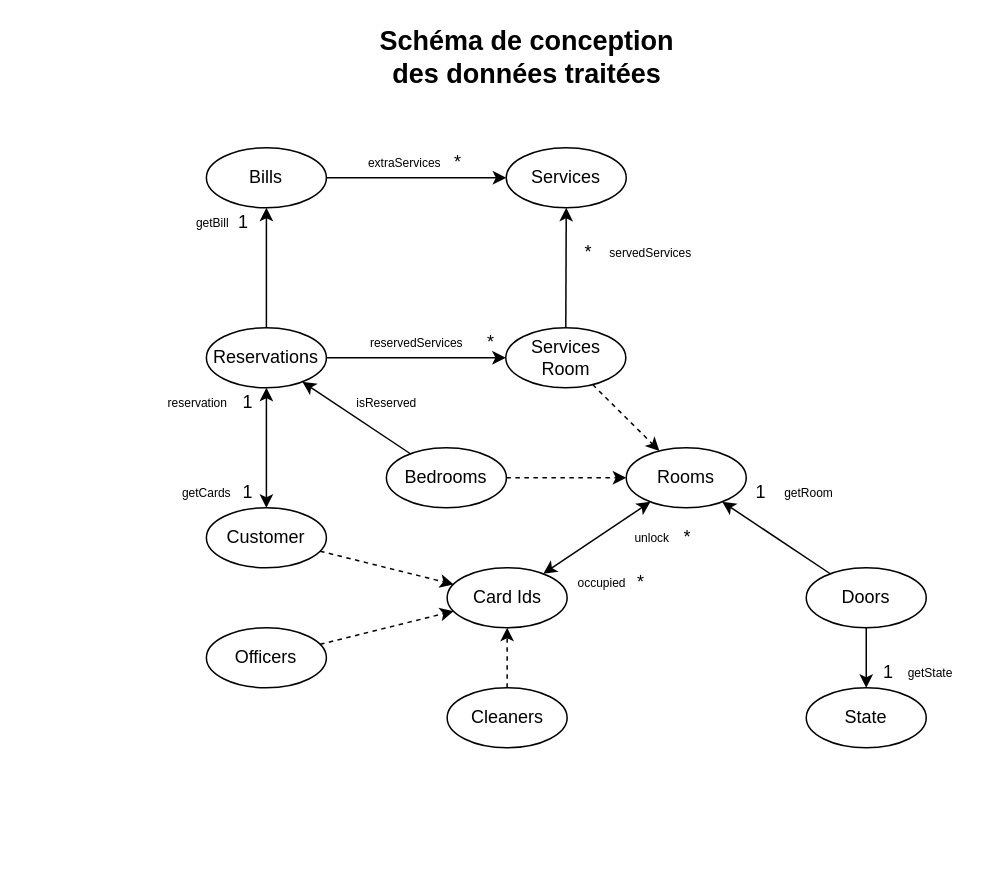
The draw.io diagram doc/conception/data.drawio in Reynault/MOSOS-Subject-3, before the edit. Source tidied: cells renumbered, new cells numbered last; positions are measured from the earlier drawing's top-left corner, leaving out a move shared by most shapes. Both pictures are drawn from the tidied source at 150%, with x=0, y=0 at pixel (152, 42).
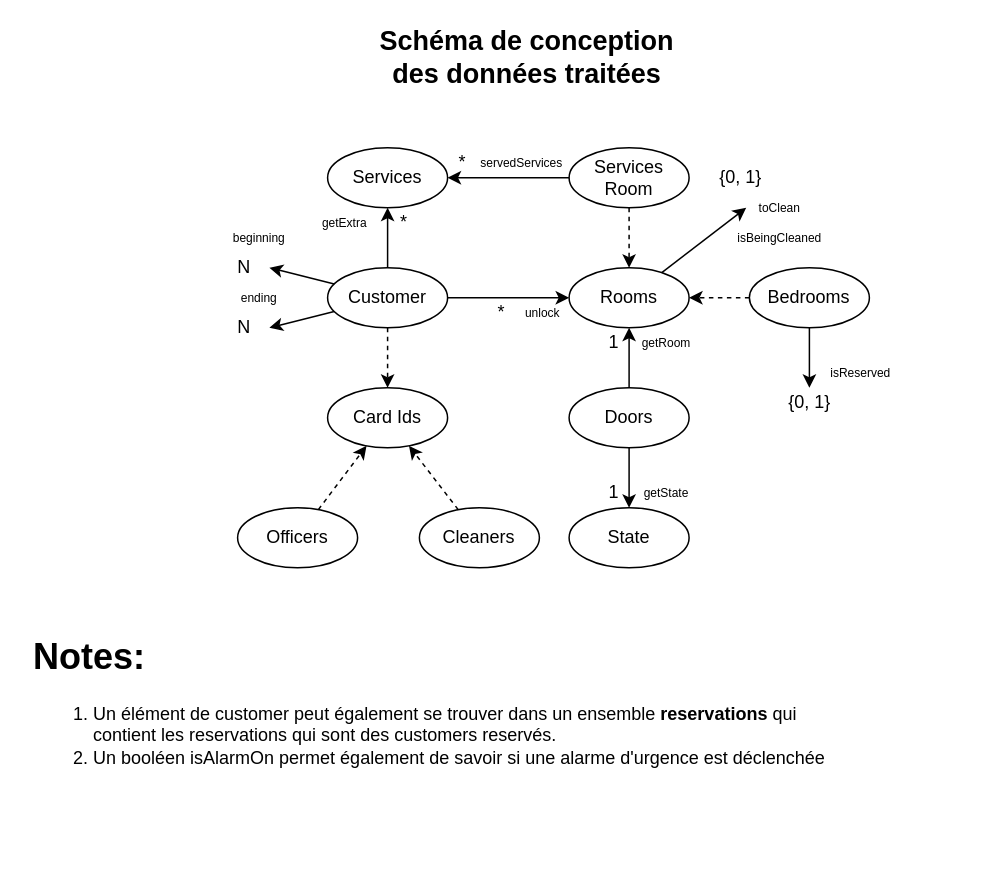
Above is the later version.

The edit, as a diff of the source:
```diff
@@
     <mxCell id="3" value="&lt;span style=&quot;text-align: left&quot;&gt;Services Room&lt;/span&gt;" style="ellipse;whiteSpace=wrap;html=1;" parent="1" vertex="1">
-      <mxGeometry x="235.7" y="190" width="80" height="40" as="geometry" />
+      <mxGeometry x="277.9" y="70" width="80" height="40" as="geometry" />
     </mxCell>
     <mxCell id="4" value="Customer" style="ellipse;whiteSpace=wrap;html=1;" parent="1" vertex="1">
-      <mxGeometry x="36.1" y="310" width="80" height="40" as="geometry" />
+      <mxGeometry x="116.9" y="150" width="80" height="40" as="geometry" />
     </mxCell>
     <mxCell id="5" value="Officers" style="ellipse;whiteSpace=wrap;html=1;" parent="1" vertex="1">
-      <mxGeometry x="36.1" y="390" width="80" height="40" as="geometry" />
+      <mxGeometry x="56.9" y="310" width="80" height="40" as="geometry" />
     </mxCell>
     <mxCell id="6" value="Cleaners" style="ellipse;whiteSpace=wrap;html=1;" parent="1" vertex="1">
-      <mxGeometry x="196.6" y="430" width="80" height="40" as="geometry" />
+      <mxGeometry x="178.1" y="310" width="80" height="40" as="geometry" />
     </mxCell>
     <mxCell id="7" value="Card Ids" style="ellipse;whiteSpace=wrap;html=1;" parent="1" vertex="1">
-      <mxGeometry x="196.6" y="350" width="80" height="40" as="geometry" />
+      <mxGeometry x="116.9" y="230" width="80" height="40" as="geometry" />
     </mxCell>
     <mxCell id="8" value="&lt;span style=&quot;text-align: left&quot;&gt;Bedrooms&lt;/span&gt;" style="ellipse;whiteSpace=wrap;html=1;" parent="1" vertex="1">
-      <mxGeometry x="156.1" y="270" width="80" height="40" as="geometry" />
+      <mxGeometry x="398.1" y="150" width="80" height="40" as="geometry" />
     </mxCell>
     <mxCell id="9" value="&lt;span style=&quot;text-align: left&quot;&gt;Rooms&lt;/span&gt;" style="ellipse;whiteSpace=wrap;html=1;" parent="1" vertex="1">
-      <mxGeometry x="316" y="270" width="80" height="40" as="geometry" />
+      <mxGeometry x="277.9" y="150" width="80" height="40" as="geometry" />
     </mxCell>
@@
-    <mxCell id="15" value="Reservations" style="ellipse;whiteSpace=wrap;html=1;" parent="1" vertex="1">
-      <mxGeometry x="36.1" y="190" width="80" height="40" as="geometry" />
-    </mxCell>
-    <mxCell id="16" value="Bills" style="ellipse;whiteSpace=wrap;html=1;" parent="1" vertex="1">
-      <mxGeometry x="36.1" y="70" width="80" height="40" as="geometry" />
-    </mxCell>
-    <mxCell id="17" style="endArrow=classic;html=1;" parent="1" edge="1" source="15" target="16">
-      <mxGeometry relative="1" as="geometry" />
-    </mxCell>
-    <mxCell id="18" value="1" style="text;html=1;strokeColor=none;fillColor=none;align=center;verticalAlign=middle;whiteSpace=wrap;rounded=0;" parent="1" vertex="1">
-      <mxGeometry x="51" y="110" width="20" height="20" as="geometry" />
-    </mxCell>
-    <mxCell id="19" value="getBill" style="text;html=1;align=center;verticalAlign=middle;fontSize=8;" parent="1" vertex="1">
-      <mxGeometry x="20.1" y="110" width="40" height="20" as="geometry" />
-    </mxCell>
     <mxCell id="20" value="&lt;span style=&quot;text-align: left&quot;&gt;Services&lt;/span&gt;" style="ellipse;whiteSpace=wrap;html=1;" parent="1" vertex="1">
-      <mxGeometry x="236" y="70" width="80" height="40" as="geometry" />
+      <mxGeometry x="116.9" y="70" width="80" height="40" as="geometry" />
     </mxCell>
-    <mxCell id="21" value="*" style="text;html=1;strokeColor=none;fillColor=none;align=center;verticalAlign=middle;whiteSpace=wrap;rounded=0;" parent="1" vertex="1">
-      <mxGeometry x="281.1" y="130" width="20" height="20" as="geometry" />
-    </mxCell>
-    <mxCell id="22" style="rounded=0;jettySize=auto;html=1;exitX=1;exitY=0.5;exitDx=0;exitDy=0;" parent="1" edge="1" source="16" target="20">
-      <mxGeometry relative="1" as="geometry" />
-    </mxCell>
-    <mxCell id="23" value="*" style="text;html=1;strokeColor=none;fillColor=none;align=center;verticalAlign=middle;whiteSpace=wrap;rounded=0;" parent="1" vertex="1">
-      <mxGeometry x="194.1" y="70" width="20" height="20" as="geometry" />
-    </mxCell>
-    <mxCell id="24" value="extraServices" style="text;html=1;align=center;verticalAlign=middle;fontSize=8;" parent="1" vertex="1">
-      <mxGeometry x="138.1" y="70" width="60" height="20" as="geometry" />
-    </mxCell>
+    <mxCell id="51" value="*" style="text;html=1;strokeColor=none;fillColor=none;align=center;verticalAlign=middle;whiteSpace=wrap;rounded=0;" parent="1" vertex="1">
+      <mxGeometry x="196.9" y="70" width="20" height="20" as="geometry" />
+    </mxCell>
     <mxCell id="25" value="servedServices" style="text;html=1;align=center;verticalAlign=middle;fontSize=8;" parent="1" vertex="1">
-      <mxGeometry x="297.1" y="130" width="70" height="20" as="geometry" />
+      <mxGeometry x="210.9" y="70" width="70" height="20" as="geometry" />
     </mxCell>
@@
-    <mxCell id="27" style="endArrow=classic;html=1;startArrow=classic;startFill=1;" parent="1" edge="1" source="15" target="4">
-      <mxGeometry relative="1" as="geometry" />
-    </mxCell>
-    <mxCell id="28" value="1" style="text;html=1;strokeColor=none;fillColor=none;align=center;verticalAlign=middle;whiteSpace=wrap;rounded=0;" parent="1" vertex="1">
-      <mxGeometry x="54.1" y="290" width="20" height="20" as="geometry" />
-    </mxCell>
-    <mxCell id="29" value="1" style="text;html=1;strokeColor=none;fillColor=none;align=center;verticalAlign=middle;whiteSpace=wrap;rounded=0;" parent="1" vertex="1">
-      <mxGeometry x="54.1" y="230" width="20" height="20" as="geometry" />
-    </mxCell>
-    <mxCell id="30" value="reservation" style="text;html=1;align=center;verticalAlign=middle;fontSize=8;" parent="1" vertex="1">
-      <mxGeometry x="0.1" y="230" width="60" height="20" as="geometry" />
-    </mxCell>
-    <mxCell id="31" value="getCards" style="text;html=1;align=center;verticalAlign=middle;fontSize=8;" parent="1" vertex="1">
-      <mxGeometry x="11" y="290" width="50" height="20" as="geometry" />
-    </mxCell>
-    <mxCell id="32" style="endArrow=classic;html=1;startArrow=classic;startFill=1;" parent="1" edge="1" source="7" target="9">
-      <mxGeometry relative="1" as="geometry" />
-    </mxCell>
     <mxCell id="33" value="unlock" style="text;html=1;strokeColor=none;fillColor=none;align=center;verticalAlign=middle;whiteSpace=wrap;rounded=0;fontSize=8;" parent="1" vertex="1">
-      <mxGeometry x="315.7" y="320" width="34.9" height="20" as="geometry" />
+      <mxGeometry x="243" y="170" width="34.9" height="20" as="geometry" />
     </mxCell>
-    <mxCell id="34" value="occupied" style="text;html=1;strokeColor=none;fillColor=none;align=center;verticalAlign=middle;whiteSpace=wrap;rounded=0;fontSize=8;" parent="1" vertex="1">
-      <mxGeometry x="282" y="350" width="35.9" height="20" as="geometry" />
-    </mxCell>
-    <mxCell id="35" value="*" style="text;html=1;strokeColor=none;fillColor=none;align=center;verticalAlign=middle;whiteSpace=wrap;rounded=0;" parent="1" vertex="1">
-      <mxGeometry x="316" y="350" width="20" height="20" as="geometry" />
-    </mxCell>
     <mxCell id="36" value="getState" style="text;html=1;strokeColor=none;fillColor=none;align=center;verticalAlign=middle;whiteSpace=wrap;rounded=0;fontSize=8;" parent="1" vertex="1">
-      <mxGeometry x="494.1" y="410" width="50" height="20" as="geometry" />
+      <mxGeometry x="318" y="290" width="50" height="20" as="geometry" />
     </mxCell>
@@
     <mxCell id="38" value="&lt;span style=&quot;text-align: left&quot;&gt;State&lt;/span&gt;" style="ellipse;whiteSpace=wrap;html=1;" parent="1" vertex="1">
-      <mxGeometry x="436" y="430" width="80" height="40" as="geometry" />
+      <mxGeometry x="277.9" y="310" width="80" height="40" as="geometry" />
     </mxCell>
-    <mxCell id="39" value="1" style="text;html=1;strokeColor=none;fillColor=none;align=center;verticalAlign=middle;whiteSpace=wrap;rounded=0;" parent="1" vertex="1">
-      <mxGeometry x="481.1" y="410" width="20" height="20" as="geometry" />
-    </mxCell>
+    <mxCell id="52" value="1" style="text;html=1;strokeColor=none;fillColor=none;align=center;verticalAlign=middle;whiteSpace=wrap;rounded=0;" parent="1" vertex="1">
+      <mxGeometry x="297.5" y="290" width="20" height="20" as="geometry" />
+    </mxCell>
     <mxCell id="40" value="&lt;span style=&quot;text-align: left&quot;&gt;Doors&lt;/span&gt;" style="ellipse;whiteSpace=wrap;html=1;" parent="1" vertex="1">
-      <mxGeometry x="436" y="350" width="80" height="40" as="geometry" />
+      <mxGeometry x="277.9" y="230" width="80" height="40" as="geometry" />
     </mxCell>
@@
-    <mxCell id="42" value="1" style="text;html=1;strokeColor=none;fillColor=none;align=center;verticalAlign=middle;whiteSpace=wrap;rounded=0;" parent="1" vertex="1">
-      <mxGeometry x="396" y="290" width="20" height="20" as="geometry" />
-    </mxCell>
+    <mxCell id="53" value="1" style="text;html=1;strokeColor=none;fillColor=none;align=center;verticalAlign=middle;whiteSpace=wrap;rounded=0;" parent="1" vertex="1">
+      <mxGeometry x="297.5" y="190" width="20" height="20" as="geometry" />
+    </mxCell>
     <mxCell id="43" value="getRoom" style="text;html=1;strokeColor=none;fillColor=none;align=center;verticalAlign=middle;whiteSpace=wrap;rounded=0;fontSize=8;" parent="1" vertex="1">
-      <mxGeometry x="412.6" y="290" width="49.9" height="20" as="geometry" />
+      <mxGeometry x="317.5" y="190" width="49.9" height="20" as="geometry" />
     </mxCell>
-    <mxCell id="44" value="*" style="text;html=1;strokeColor=none;fillColor=none;align=center;verticalAlign=middle;whiteSpace=wrap;rounded=0;" parent="1" vertex="1">
-      <mxGeometry x="347.1" y="320" width="20" height="20" as="geometry" />
-    </mxCell>
-    <mxCell id="45" style="rounded=0;jettySize=auto;html=1;" parent="1" edge="1" source="15" target="3">
-      <mxGeometry relative="1" as="geometry" />
-    </mxCell>
-    <mxCell id="46" value="reservedServices" style="text;html=1;align=center;verticalAlign=middle;fontSize=8;" parent="1" vertex="1">
-      <mxGeometry x="136.1" y="190" width="80" height="20" as="geometry" />
-    </mxCell>
-    <mxCell id="47" value="*" style="text;html=1;strokeColor=none;fillColor=none;align=center;verticalAlign=middle;whiteSpace=wrap;rounded=0;" parent="1" vertex="1">
-      <mxGeometry x="215.7" y="190" width="20" height="20" as="geometry" />
-    </mxCell>
+    <mxCell id="54" value="*" style="text;html=1;strokeColor=none;fillColor=none;align=center;verticalAlign=middle;whiteSpace=wrap;rounded=0;" parent="1" vertex="1">
+      <mxGeometry x="223" y="170" width="20" height="20" as="geometry" />
+    </mxCell>
@@
     <mxCell id="49" value="isReserved" style="text;html=1;align=center;verticalAlign=middle;fontSize=8;" parent="1" vertex="1">
-      <mxGeometry x="126" y="230" width="60" height="20" as="geometry" />
+      <mxGeometry x="442.1" y="210" width="60" height="20" as="geometry" />
     </mxCell>
-    <mxCell id="50" style="rounded=0;jettySize=auto;html=1;" parent="1" edge="1" source="8" target="15">
-      <mxGeometry relative="1" as="geometry" />
-    </mxCell>
+    <mxCell id="55" style="rounded=0;jettySize=auto;html=1;" parent="1" edge="1" source="4" target="20">
+      <mxGeometry relative="1" as="geometry" />
+    </mxCell>
+    <mxCell id="56" value="getExtra" style="text;html=1;align=center;verticalAlign=middle;fontSize=8;" parent="1" vertex="1">
+      <mxGeometry x="102.5" y="110" width="50" height="20" as="geometry" />
+    </mxCell>
+    <mxCell id="57" value="*" style="text;html=1;strokeColor=none;fillColor=none;align=center;verticalAlign=middle;whiteSpace=wrap;rounded=0;" parent="1" vertex="1">
+      <mxGeometry x="158.1" y="110" width="20" height="20" as="geometry" />
+    </mxCell>
+    <mxCell id="58" value="{0, 1}" style="text;html=1;strokeColor=none;fillColor=none;align=center;verticalAlign=middle;whiteSpace=wrap;rounded=0;" parent="1" vertex="1">
+      <mxGeometry x="421.6" y="230" width="33" height="20" as="geometry" />
+    </mxCell>
+    <mxCell id="59" style="rounded=0;jettySize=auto;html=1;" parent="1" edge="1" source="8">
+      <mxGeometry relative="1" as="geometry">
+        <mxPoint x="438.1" y="230" as="targetPoint" />
+      </mxGeometry>
+    </mxCell>
+    <mxCell id="60" style="rounded=0;jettySize=auto;html=1;" parent="1" edge="1" source="9">
+      <mxGeometry relative="1" as="geometry">
+        <mxPoint x="396" y="110" as="targetPoint" />
+      </mxGeometry>
+    </mxCell>
+    <mxCell id="61" value="{0, 1}" style="text;html=1;strokeColor=none;fillColor=none;align=center;verticalAlign=middle;whiteSpace=wrap;rounded=0;" parent="1" vertex="1">
+      <mxGeometry x="376" y="80" width="33" height="20" as="geometry" />
+    </mxCell>
+    <mxCell id="62" value="toClean" style="text;html=1;align=center;verticalAlign=middle;fontSize=8;" parent="1" vertex="1">
+      <mxGeometry x="398.1" y="100" width="40" height="20" as="geometry" />
+    </mxCell>
+    <mxCell id="63" style="rounded=0;jettySize=auto;html=1;" parent="1" edge="1" source="4" target="9">
+      <mxGeometry relative="1" as="geometry" />
+    </mxCell>
+    <mxCell id="64" style="rounded=0;jettySize=auto;html=1;" parent="1" edge="1" source="4">
+      <mxGeometry relative="1" as="geometry">
+        <mxPoint x="78.1" y="150" as="targetPoint" />
+      </mxGeometry>
+    </mxCell>
+    <mxCell id="65" style="rounded=0;jettySize=auto;html=1;" parent="1" edge="1" source="4">
+      <mxGeometry relative="1" as="geometry">
+        <mxPoint x="78.1" y="190" as="targetPoint" />
+      </mxGeometry>
+    </mxCell>
+    <mxCell id="66" value="beginning" style="text;html=1;align=center;verticalAlign=middle;fontSize=8;" parent="1" vertex="1">
+      <mxGeometry x="46" y="120" width="50" height="20" as="geometry" />
+    </mxCell>
+    <mxCell id="67" value="ending" style="text;html=1;align=center;verticalAlign=middle;fontSize=8;" parent="1" vertex="1">
+      <mxGeometry x="51" y="160" width="40" height="20" as="geometry" />
+    </mxCell>
+    <mxCell id="68" value="N" style="text;html=1;align=center;verticalAlign=middle;" parent="1" vertex="1">
+      <mxGeometry x="51" y="180" width="20" height="20" as="geometry" />
+    </mxCell>
+    <mxCell id="69" value="N" style="text;html=1;align=center;verticalAlign=middle;" parent="1" vertex="1">
+      <mxGeometry x="51" y="140" width="20" height="20" as="geometry" />
+    </mxCell>
+    <mxCell id="70" value="&lt;h1&gt;Notes:&lt;/h1&gt;&lt;div&gt;&lt;ol&gt;&lt;li&gt;Un élément de customer peut également se trouver dans un ensemble &lt;b&gt;reservations &lt;/b&gt;qui contient les reservations qui sont des customers reservés.&lt;/li&gt;&lt;li&gt;Un booléen isAlarmOn permet également de savoir si une alarme d'urgence est déclenchée&lt;/li&gt;&lt;/ol&gt;&lt;/div&gt;" style="text;html=1;strokeColor=none;fillColor=none;spacing=5;spacingTop=-20;whiteSpace=wrap;overflow=hidden;rounded=0;" parent="1" vertex="1">
+      <mxGeometry x="-84" y="390" width="560" height="150" as="geometry" />
+    </mxCell>
+    <mxCell id="71" value="isBeingCleaned" style="text;html=1;align=center;verticalAlign=middle;fontSize=8;" parent="1" vertex="1">
+      <mxGeometry x="383.1" y="120" width="70" height="20" as="geometry" />
+    </mxCell>
```
